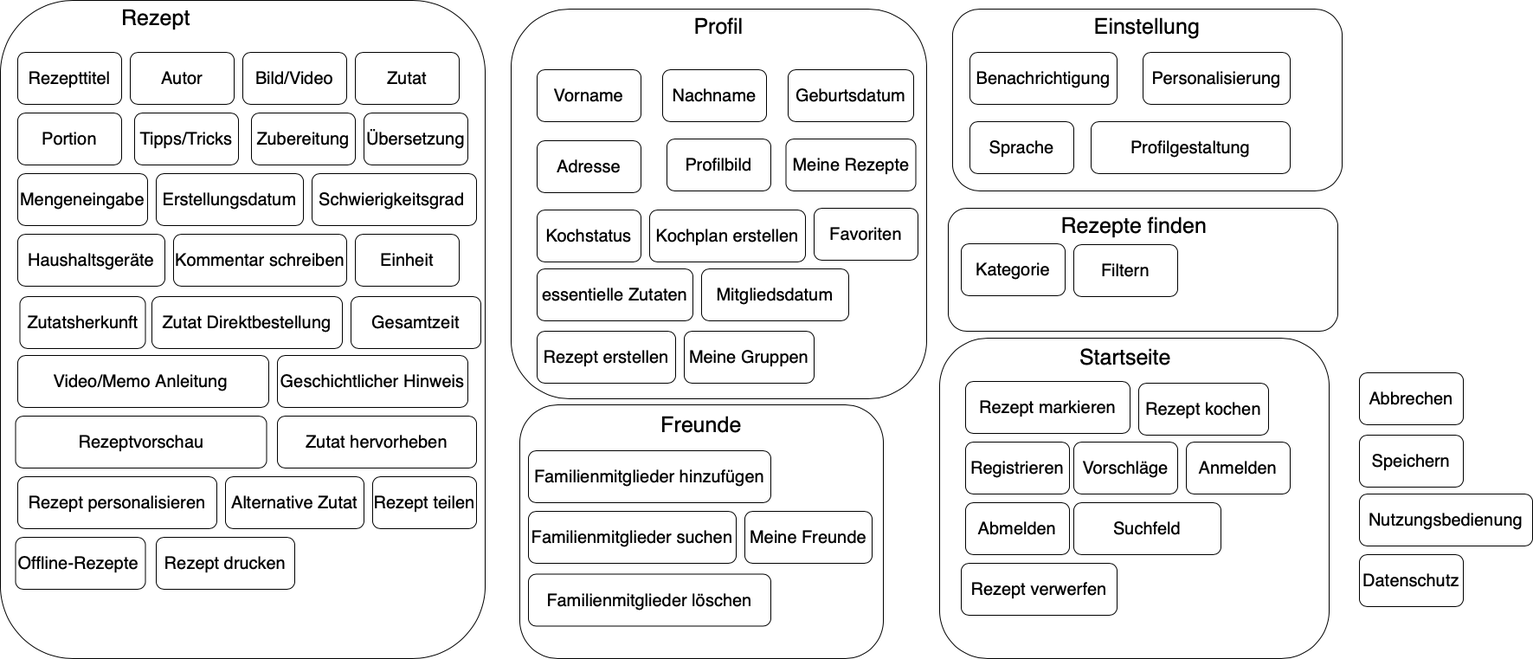
Earlier version of the draw.io export Artefakte/ContentModel/WS2020_CobanMai_ContentModel_v3.png (Inf166/PeerToPeerSharingOfCookingRecipies). Source tidied: cells renumbered, new cells last; positions are measured from the earlier drawing's top-left corner, leaving out a move shared by most shapes.
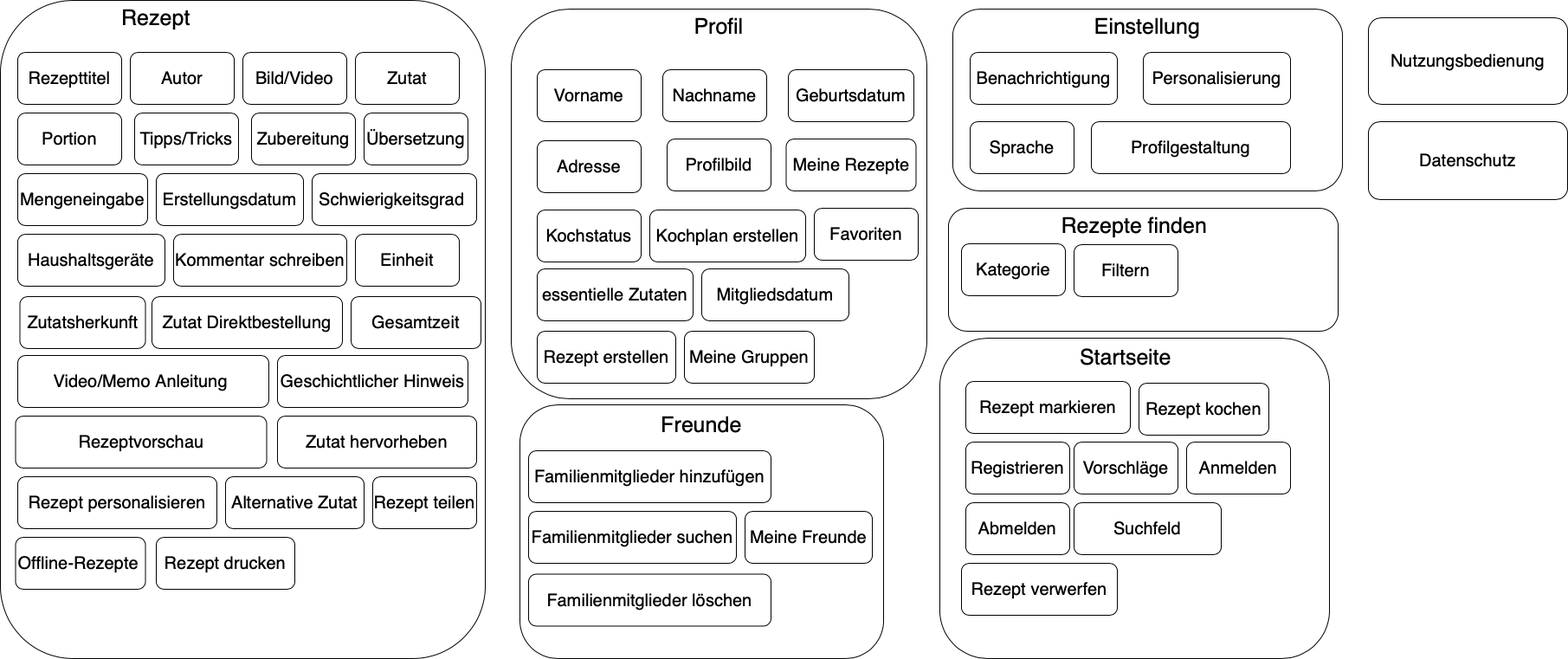
The same file after the commit.

What changed in the source:
```diff
@@ -44,11 +44,11 @@
     <mxCell id="15" value="&lt;span style=&quot;font-size: 20px&quot;&gt;Übersetzung&lt;/span&gt;" style="rounded=1;whiteSpace=wrap;html=1;" parent="1" vertex="1">
       <mxGeometry x="420" y="130" width="120" height="60" as="geometry" />
     </mxCell>
-    <mxCell id="16" value="&lt;span style=&quot;font-size: 20px&quot;&gt;Nutzungsbedienung&lt;/span&gt;" style="rounded=1;whiteSpace=wrap;html=1;" parent="1" vertex="1">
-      <mxGeometry x="1570" y="570" width="200" height="60" as="geometry" />
+    <mxCell id="16" value="&lt;span style=&quot;font-size: 20px&quot;&gt;Nutzungsbedienung&lt;/span&gt;" style="rounded=1;whiteSpace=wrap;html=1;fillColor=none;" parent="1" vertex="1">
+      <mxGeometry x="1580" y="20" width="230" height="100" as="geometry" />
     </mxCell>
-    <mxCell id="17" value="&lt;span style=&quot;font-size: 20px&quot;&gt;Datenschutz&lt;/span&gt;" style="rounded=1;whiteSpace=wrap;html=1;" parent="1" vertex="1">
-      <mxGeometry x="1570" y="640" width="120" height="60" as="geometry" />
+    <mxCell id="17" value="&lt;span style=&quot;font-size: 20px&quot;&gt;Datenschutz&lt;/span&gt;" style="rounded=1;whiteSpace=wrap;html=1;fillColor=none;" parent="1" vertex="1">
+      <mxGeometry x="1580" y="140" width="230" height="90" as="geometry" />
     </mxCell>
     <mxCell id="18" value="&lt;span style=&quot;font-size: 20px&quot;&gt;Bild/Video&lt;/span&gt;" style="rounded=1;whiteSpace=wrap;html=1;" parent="1" vertex="1">
       <mxGeometry x="280" y="60" width="120" height="60" as="geometry" />
@@ -152,12 +152,6 @@
     <mxCell id="51" value="&lt;font style=&quot;font-size: 20px&quot;&gt;Rezept erstellen&lt;/font&gt;" style="rounded=1;whiteSpace=wrap;html=1;" parent="1" vertex="1">
       <mxGeometry x="620" y="382" width="160" height="60" as="geometry" />
     </mxCell>
-    <mxCell id="52" value="&lt;span style=&quot;font-size: 20px&quot;&gt;Abbrechen&lt;/span&gt;" style="rounded=1;whiteSpace=wrap;html=1;" parent="1" vertex="1">
-      <mxGeometry x="1570" y="430" width="120" height="60" as="geometry" />
-    </mxCell>
-    <mxCell id="53" value="&lt;span style=&quot;font-size: 20px&quot;&gt;Speichern&lt;/span&gt;" style="rounded=1;whiteSpace=wrap;html=1;" parent="1" vertex="1">
-      <mxGeometry x="1570" y="502" width="120" height="60" as="geometry" />
-    </mxCell>
     <mxCell id="54" value="&lt;span style=&quot;font-size: 20px&quot;&gt;Rezept markieren&lt;/span&gt;" style="rounded=1;whiteSpace=wrap;html=1;" parent="1" vertex="1">
       <mxGeometry x="1115" y="440" width="190" height="60" as="geometry" />
     </mxCell>
```
